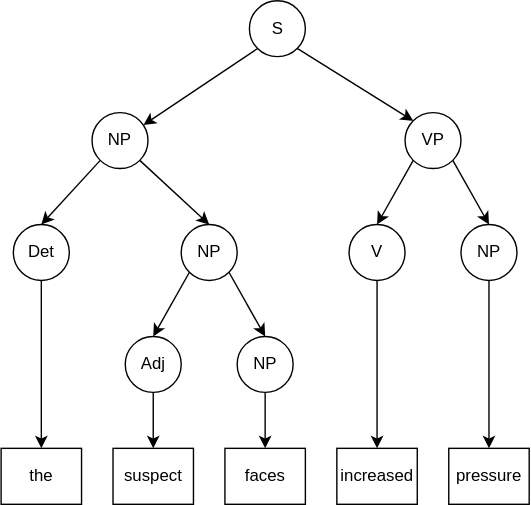
Earlier version of the draw.io export a01/graph/2-CKY-tree-1.svg (ttperr/DD2417-NLP-KTH). Source tidied: cells renumbered, new cells last; positions are measured from the earlier drawing's top-left corner, leaving out a move shared by most shapes.
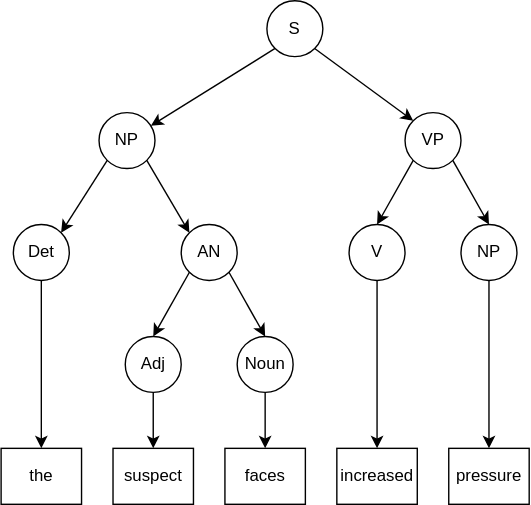
After the commit.

Change to the diagram source:
```diff
@@ -9,23 +9,23 @@
       <mxGeometry relative="1" as="geometry" />
     </mxCell>
     <mxCell id="4" value="S" style="ellipse;whiteSpace=wrap;html=1;" parent="1" vertex="1">
-      <mxGeometry x="177.5" width="40" height="40" as="geometry" />
+      <mxGeometry x="190" width="40" height="40" as="geometry" />
     </mxCell>
-    <mxCell id="5" style="edgeStyle=none;html=1;exitX=0;exitY=1;exitDx=0;exitDy=0;entryX=0.5;entryY=0;entryDx=0;entryDy=0;" parent="1" edge="1" source="7" target="20">
+    <mxCell id="5" style="edgeStyle=none;html=1;exitX=0;exitY=1;exitDx=0;exitDy=0;entryX=1;entryY=0;entryDx=0;entryDy=0;" parent="1" edge="1" source="7" target="20">
       <mxGeometry relative="1" as="geometry" />
     </mxCell>
-    <mxCell id="6" style="edgeStyle=none;html=1;exitX=1;exitY=1;exitDx=0;exitDy=0;entryX=0.5;entryY=0;entryDx=0;entryDy=0;" parent="1" edge="1" source="7" target="15">
-      <mxGeometry relative="1" as="geometry" />
-    </mxCell>
+    <mxCell id="29" style="edgeStyle=none;html=1;exitX=1;exitY=1;exitDx=0;exitDy=0;entryX=0;entryY=0;entryDx=0;entryDy=0;" parent="1" edge="1" source="7" target="34">
+      <mxGeometry relative="1" as="geometry" />
+    </mxCell>
     <mxCell id="7" value="NP" style="ellipse;whiteSpace=wrap;html=1;" parent="1" vertex="1">
-      <mxGeometry x="65" y="80" width="40" height="40" as="geometry" />
+      <mxGeometry x="70" y="80" width="40" height="40" as="geometry" />
     </mxCell>
-    <mxCell id="8" style="edgeStyle=none;html=1;exitX=0;exitY=1;exitDx=0;exitDy=0;entryX=0.5;entryY=0;entryDx=0;entryDy=0;" parent="1" edge="1" source="10" target="28">
-      <mxGeometry relative="1" as="geometry" />
-    </mxCell>
     <mxCell id="9" style="edgeStyle=none;html=1;exitX=1;exitY=1;exitDx=0;exitDy=0;entryX=0.5;entryY=0;entryDx=0;entryDy=0;" parent="1" edge="1" source="10" target="22">
       <mxGeometry relative="1" as="geometry" />
     </mxCell>
+    <mxCell id="30" style="edgeStyle=none;html=1;exitX=0;exitY=1;exitDx=0;exitDy=0;entryX=0.5;entryY=0;entryDx=0;entryDy=0;" parent="1" edge="1" source="10" target="36">
+      <mxGeometry relative="1" as="geometry" />
+    </mxCell>
     <mxCell id="10" value="VP" style="ellipse;whiteSpace=wrap;html=1;" parent="1" vertex="1">
       <mxGeometry x="288.8" y="80" width="40" height="40" as="geometry" />
     </mxCell>
@@ -35,15 +35,6 @@
     <mxCell id="12" value="increased" style="rounded=0;whiteSpace=wrap;html=1;" parent="1" vertex="1">
       <mxGeometry x="240" y="320" width="57.5" height="40" as="geometry" />
     </mxCell>
-    <mxCell id="13" style="edgeStyle=none;html=1;exitX=0;exitY=1;exitDx=0;exitDy=0;entryX=0.5;entryY=0;entryDx=0;entryDy=0;" parent="1" edge="1" source="15" target="24">
-      <mxGeometry relative="1" as="geometry" />
-    </mxCell>
-    <mxCell id="14" style="edgeStyle=none;html=1;exitX=1;exitY=1;exitDx=0;exitDy=0;entryX=0.5;entryY=0;entryDx=0;entryDy=0;" parent="1" edge="1" source="15" target="26">
-      <mxGeometry relative="1" as="geometry" />
-    </mxCell>
-    <mxCell id="15" value="NP" style="ellipse;whiteSpace=wrap;html=1;" parent="1" vertex="1">
-      <mxGeometry x="128.8" y="160" width="40" height="40" as="geometry" />
-    </mxCell>
     <mxCell id="16" value="faces" style="rounded=0;whiteSpace=wrap;html=1;" parent="1" vertex="1">
       <mxGeometry x="160" y="320" width="57.5" height="40" as="geometry" />
     </mxCell>
@@ -53,35 +44,44 @@
     <mxCell id="18" value="suspect" style="rounded=0;whiteSpace=wrap;html=1;" parent="1" vertex="1">
       <mxGeometry x="80" y="320" width="57.5" height="40" as="geometry" />
     </mxCell>
+    <mxCell id="21" style="edgeStyle=none;html=1;exitX=0.5;exitY=1;exitDx=0;exitDy=0;entryX=0.5;entryY=0;entryDx=0;entryDy=0;" parent="1" edge="1" source="22" target="11">
+      <mxGeometry relative="1" as="geometry" />
+    </mxCell>
+    <mxCell id="22" value="NP" style="ellipse;whiteSpace=wrap;html=1;" parent="1" vertex="1">
+      <mxGeometry x="328.8" y="160" width="40" height="40" as="geometry" />
+    </mxCell>
+    <mxCell id="31" style="edgeStyle=none;html=1;exitX=0.5;exitY=1;exitDx=0;exitDy=0;entryX=0.5;entryY=0;entryDx=0;entryDy=0;" parent="1" edge="1" source="28" target="16">
+      <mxGeometry relative="1" as="geometry" />
+    </mxCell>
+    <mxCell id="28" value="Noun" style="ellipse;whiteSpace=wrap;html=1;" parent="1" vertex="1">
+      <mxGeometry x="168.8" y="240" width="40" height="40" as="geometry" />
+    </mxCell>
+    <mxCell id="23" style="edgeStyle=none;html=1;exitX=0.5;exitY=1;exitDx=0;exitDy=0;entryX=0.5;entryY=0;entryDx=0;entryDy=0;" parent="1" edge="1" source="24" target="18">
+      <mxGeometry relative="1" as="geometry" />
+    </mxCell>
+    <mxCell id="24" value="Adj" style="ellipse;whiteSpace=wrap;html=1;" parent="1" vertex="1">
+      <mxGeometry x="88.8" y="240" width="40" height="40" as="geometry" />
+    </mxCell>
     <mxCell id="19" style="edgeStyle=none;html=1;exitX=0.5;exitY=1;exitDx=0;exitDy=0;entryX=0.5;entryY=0;entryDx=0;entryDy=0;" parent="1" edge="1" source="20" target="17">
       <mxGeometry relative="1" as="geometry" />
     </mxCell>
     <mxCell id="20" value="Det" style="ellipse;whiteSpace=wrap;html=1;" parent="1" vertex="1">
       <mxGeometry x="8.8" y="160" width="40" height="40" as="geometry" />
     </mxCell>
-    <mxCell id="21" style="edgeStyle=none;html=1;exitX=0.5;exitY=1;exitDx=0;exitDy=0;" parent="1" edge="1" source="22" target="11">
-      <mxGeometry relative="1" as="geometry" />
-    </mxCell>
-    <mxCell id="22" value="NP" style="ellipse;whiteSpace=wrap;html=1;" parent="1" vertex="1">
-      <mxGeometry x="328.8" y="160" width="40" height="40" as="geometry" />
-    </mxCell>
-    <mxCell id="23" style="edgeStyle=none;html=1;exitX=0.5;exitY=1;exitDx=0;exitDy=0;entryX=0.5;entryY=0;entryDx=0;entryDy=0;" parent="1" edge="1" source="24" target="18">
-      <mxGeometry relative="1" as="geometry" />
-    </mxCell>
-    <mxCell id="24" value="Adj" style="ellipse;whiteSpace=wrap;html=1;" parent="1" vertex="1">
-      <mxGeometry x="88.8" y="240" width="40" height="40" as="geometry" />
-    </mxCell>
-    <mxCell id="25" style="edgeStyle=none;html=1;exitX=0.5;exitY=1;exitDx=0;exitDy=0;" parent="1" edge="1" source="26" target="16">
-      <mxGeometry relative="1" as="geometry" />
-    </mxCell>
-    <mxCell id="26" value="NP" style="ellipse;whiteSpace=wrap;html=1;" parent="1" vertex="1">
-      <mxGeometry x="168.8" y="240" width="40" height="40" as="geometry" />
-    </mxCell>
-    <mxCell id="27" style="edgeStyle=none;html=1;exitX=0.5;exitY=1;exitDx=0;exitDy=0;" parent="1" edge="1" source="28" target="12">
-      <mxGeometry relative="1" as="geometry" />
-    </mxCell>
-    <mxCell id="28" value="V" style="ellipse;whiteSpace=wrap;html=1;" parent="1" vertex="1">
-      <mxGeometry x="248.8" y="160" width="40" height="40" as="geometry" />
-    </mxCell>
+    <mxCell id="32" style="edgeStyle=none;html=1;exitX=0;exitY=1;exitDx=0;exitDy=0;entryX=0.5;entryY=0;entryDx=0;entryDy=0;" parent="1" edge="1" source="34" target="24">
+      <mxGeometry relative="1" as="geometry" />
+    </mxCell>
+    <mxCell id="33" style="edgeStyle=none;html=1;exitX=1;exitY=1;exitDx=0;exitDy=0;entryX=0.5;entryY=0;entryDx=0;entryDy=0;" parent="1" edge="1" source="34" target="28">
+      <mxGeometry relative="1" as="geometry" />
+    </mxCell>
+    <mxCell id="34" value="AN" style="ellipse;whiteSpace=wrap;html=1;" parent="1" vertex="1">
+      <mxGeometry x="128.8" y="160" width="40" height="40" as="geometry" />
+    </mxCell>
+    <mxCell id="35" style="edgeStyle=none;html=1;exitX=0.5;exitY=1;exitDx=0;exitDy=0;entryX=0.5;entryY=0;entryDx=0;entryDy=0;" parent="1" edge="1" source="36" target="12">
+      <mxGeometry relative="1" as="geometry" />
+    </mxCell>
+    <mxCell id="36" value="V" style="ellipse;whiteSpace=wrap;html=1;" parent="1" vertex="1">
+      <mxGeometry x="248.8" y="160" width="40" height="40" as="geometry" />
+    </mxCell>
   </root>
 </mxGraphModel>
```
